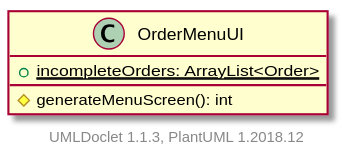
The PlantUML diagram projects/oodp/html/umlversion/uml/sg.edu.ntu.scse.cz2002.ui.OrderMenuUI.svg in itachi1706/How-to-use-Git-NTUSCSE1819-Site, before a commit. Its diagram source:
```plantuml
@startuml

    class OrderMenuUI {
        {static} +incompleteOrders: ArrayList<Order>
        #generateMenuScreen(): int
    }


    center footer UMLDoclet 1.1.3, PlantUML 1.2018.12
@enduml
```
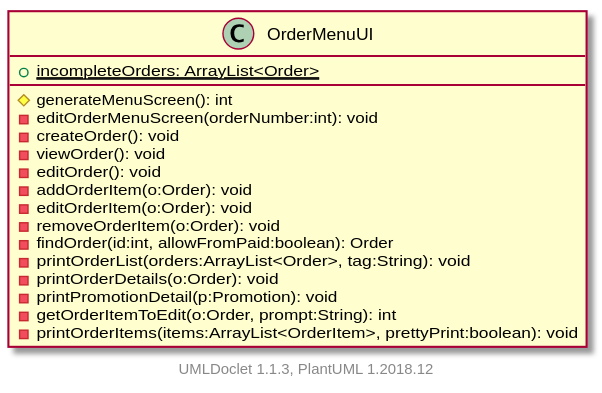
Above is the later version.

Diff of the diagram source:
```diff
@@ -1,8 +1,21 @@
 @startuml
 
-    class OrderMenuUI {
+    class OrderMenuUI [[../sg/edu/ntu/scse/cz2002/ui/OrderMenuUI.html]] {
         {static} +incompleteOrders: ArrayList<Order>
         #generateMenuScreen(): int
+        -editOrderMenuScreen(orderNumber:int): void
+        -createOrder(): void
+        -viewOrder(): void
+        -editOrder(): void
+        -addOrderItem(o:Order): void
+        -editOrderItem(o:Order): void
+        -removeOrderItem(o:Order): void
+        -findOrder(id:int, allowFromPaid:boolean): Order
+        -printOrderList(orders:ArrayList<Order>, tag:String): void
+        -printOrderDetails(o:Order): void
+        -printPromotionDetail(p:Promotion): void
+        -getOrderItemToEdit(o:Order, prompt:String): int
+        -printOrderItems(items:ArrayList<OrderItem>, prettyPrint:boolean): void
     }
 
 
```
